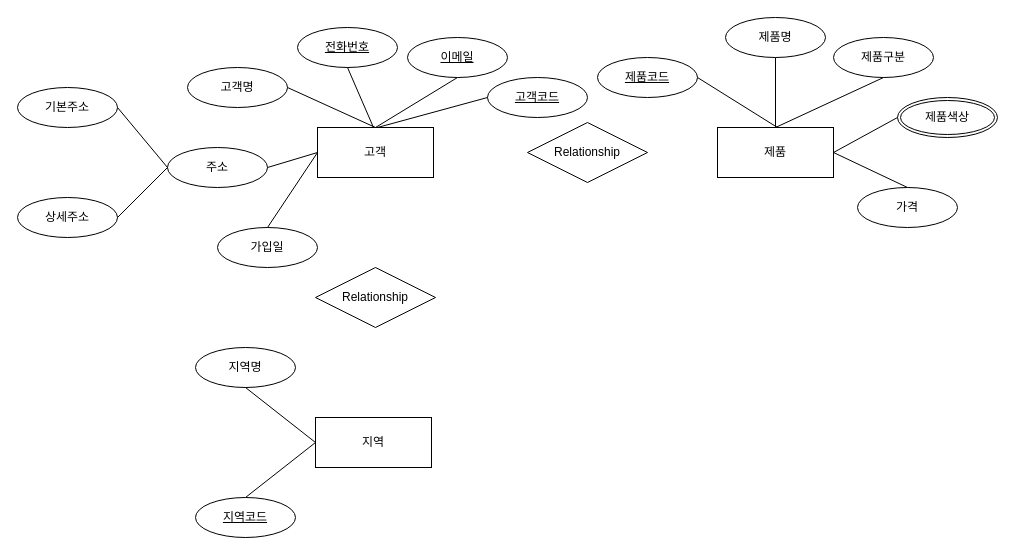
The draw.io diagram docs/erd/untitled.drawio in gent0807/concert-reservation-system, before the edit. Source tidied: cells renumbered, new cells numbered last; positions are measured from the earlier drawing's top-left corner, leaving out a move shared by most shapes. Both pictures are drawn from the tidied source at 100%, with x=0, y=0 at pixel (17, 17).
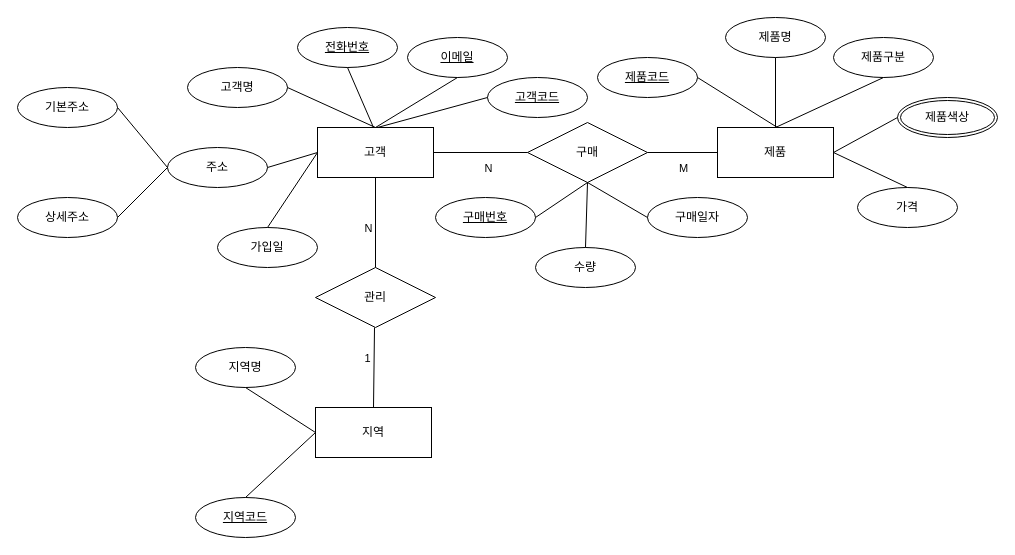
The same page after the edit.

Unchanged cells that the change refers to:
```xml
<mxCell id="2" value="고객" style="whiteSpace=wrap;html=1;align=center;" parent="1" vertex="1">
  <mxGeometry x="300" y="110" width="116" height="50" as="geometry" />
</mxCell>
<mxCell id="26" value="제품" style="whiteSpace=wrap;html=1;align=center;" parent="1" vertex="1">
  <mxGeometry x="700" y="110" width="116" height="50" as="geometry" />
</mxCell>
```

Change to the diagram source:
```diff
@@
-    <mxCell id="5" value="Relationship" style="shape=rhombus;perimeter=rhombusPerimeter;whiteSpace=wrap;html=1;align=center;" parent="1" vertex="1">
+    <mxCell id="5" value="관리" style="shape=rhombus;perimeter=rhombusPerimeter;whiteSpace=wrap;html=1;align=center;" parent="1" vertex="1">
       <mxGeometry x="298" y="250" width="120" height="60" as="geometry" />
     </mxCell>
@@
     <mxCell id="21" value="지역" style="whiteSpace=wrap;html=1;align=center;" parent="1" vertex="1">
-      <mxGeometry x="298" y="400" width="116" height="50" as="geometry" />
+      <mxGeometry x="298" y="390" width="116" height="50" as="geometry" />
     </mxCell>
@@
-    <mxCell id="36" value="Relationship" style="shape=rhombus;perimeter=rhombusPerimeter;whiteSpace=wrap;html=1;align=center;" parent="1" vertex="1">
+    <mxCell id="36" value="구매" style="shape=rhombus;perimeter=rhombusPerimeter;whiteSpace=wrap;html=1;align=center;" parent="1" vertex="1">
       <mxGeometry x="510" y="105" width="120" height="60" as="geometry" />
     </mxCell>
+    <mxCell id="37" style="endArrow=none;html=1;rounded=0;entryX=0.5;entryY=1;entryDx=0;entryDy=0;exitX=0.5;exitY=0;exitDx=0;exitDy=0;" parent="1" edge="1" source="5" target="2">
+      <mxGeometry relative="1" as="geometry" />
+    </mxCell>
+    <mxCell id="38" value="N" style="edgeLabel;html=1;align=center;verticalAlign=middle;" parent="37" vertex="1">
+      <mxGeometry x="0.46" relative="1" as="geometry">
+        <mxPoint x="-8" y="26" as="offset" />
+      </mxGeometry>
+    </mxCell>
+    <mxCell id="39" style="endArrow=none;html=1;rounded=0;exitX=0.5;exitY=0;exitDx=0;exitDy=0;" parent="1" edge="1" source="21">
+      <mxGeometry relative="1" as="geometry">
+        <mxPoint x="357" y="310" as="targetPoint" />
+      </mxGeometry>
+    </mxCell>
+    <mxCell id="40" value="1" style="edgeLabel;html=1;align=center;verticalAlign=middle;" parent="39" vertex="1">
+      <mxGeometry x="0.59" y="-3" relative="1" as="geometry">
+        <mxPoint x="-10" y="14" as="offset" />
+      </mxGeometry>
+    </mxCell>
+    <mxCell id="41" style="endArrow=none;html=1;rounded=0;exitX=0;exitY=0.5;exitDx=0;exitDy=0;entryX=1;entryY=0.5;entryDx=0;entryDy=0;" parent="1" edge="1" source="36" target="2">
+      <mxGeometry relative="1" as="geometry" />
+    </mxCell>
+    <mxCell id="42" value="N" style="edgeLabel;html=1;align=center;verticalAlign=middle;" parent="41" vertex="1">
+      <mxGeometry x="-0.15" relative="1" as="geometry">
+        <mxPoint y="15" as="offset" />
+      </mxGeometry>
+    </mxCell>
+    <mxCell id="43" style="endArrow=none;html=1;rounded=0;exitX=0;exitY=0.5;exitDx=0;exitDy=0;entryX=1;entryY=0.5;entryDx=0;entryDy=0;" parent="1" edge="1" source="26" target="36">
+      <mxGeometry relative="1" as="geometry" />
+    </mxCell>
+    <mxCell id="44" value="M" style="edgeLabel;html=1;align=center;verticalAlign=middle;" parent="43" vertex="1">
+      <mxGeometry x="-0.02" y="-1" relative="1" as="geometry">
+        <mxPoint x="-1" y="16" as="offset" />
+      </mxGeometry>
+    </mxCell>
+    <mxCell id="45" value="구매번호" style="ellipse;whiteSpace=wrap;html=1;align=center;fontStyle=4;" parent="1" vertex="1">
+      <mxGeometry x="418" y="180" width="100" height="40" as="geometry" />
+    </mxCell>
+    <mxCell id="46" value="수량" style="ellipse;whiteSpace=wrap;html=1;align=center;" parent="1" vertex="1">
+      <mxGeometry x="518" y="230" width="100" height="40" as="geometry" />
+    </mxCell>
+    <mxCell id="47" value="구매일자" style="ellipse;whiteSpace=wrap;html=1;align=center;" parent="1" vertex="1">
+      <mxGeometry x="630" y="180" width="100" height="40" as="geometry" />
+    </mxCell>
+    <mxCell id="48" style="endArrow=none;html=1;rounded=0;exitX=1;exitY=0.5;exitDx=0;exitDy=0;entryX=0.5;entryY=1;entryDx=0;entryDy=0;" parent="1" edge="1" source="45" target="36">
+      <mxGeometry relative="1" as="geometry" />
+    </mxCell>
+    <mxCell id="49" style="endArrow=none;html=1;rounded=0;exitX=0.5;exitY=0;exitDx=0;exitDy=0;entryX=0.5;entryY=1;entryDx=0;entryDy=0;" parent="1" edge="1" source="46" target="36">
+      <mxGeometry relative="1" as="geometry" />
+    </mxCell>
+    <mxCell id="50" style="endArrow=none;html=1;rounded=0;exitX=0;exitY=0.5;exitDx=0;exitDy=0;entryX=0.5;entryY=1;entryDx=0;entryDy=0;" parent="1" edge="1" source="47" target="36">
+      <mxGeometry relative="1" as="geometry" />
+    </mxCell>
```
